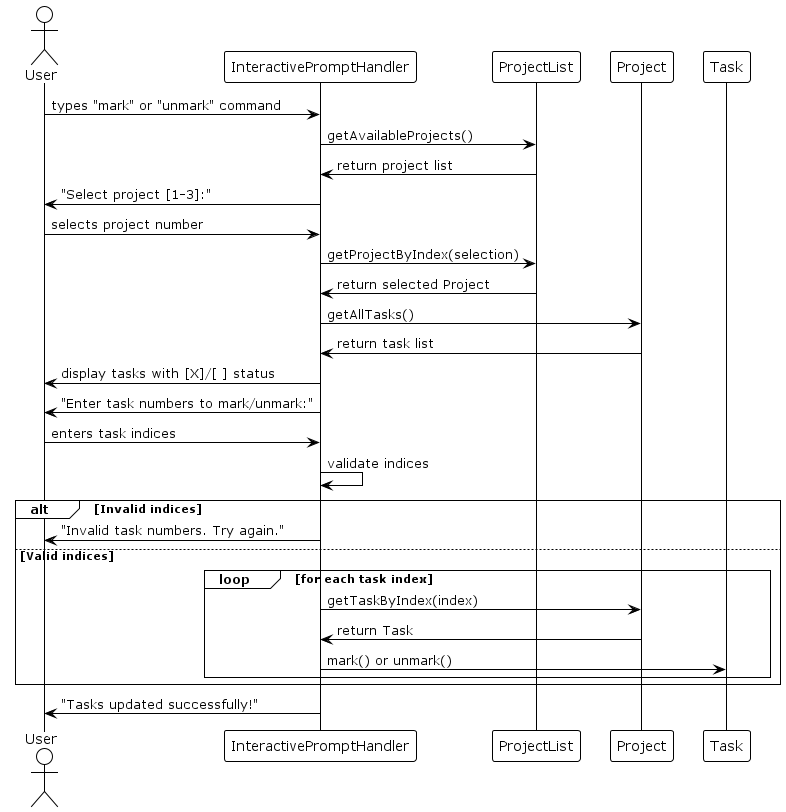
Before: docs/plantUML/mark-unmark-sequence/Unmark Command Sequence Diagram.png, a diagram exported from PlantUML (sean6369/tp).
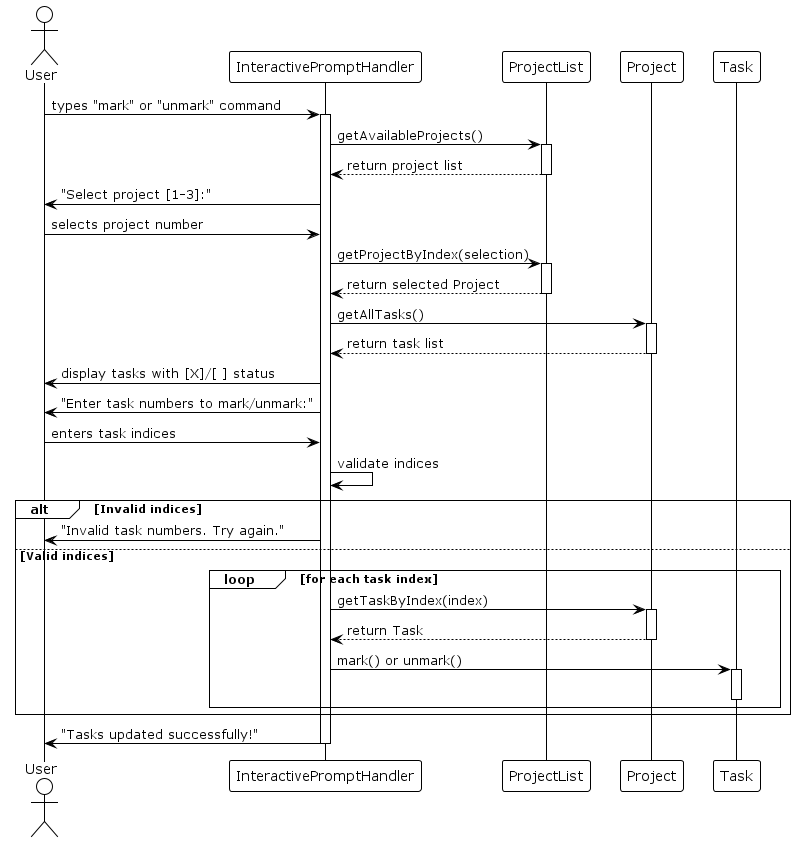
The same diagram one commit later.

Commit message:
Update all sequence diagrams to follow proper UML standards

The edit, as a diff of the source:
```diff
@@ -10,16 +10,23 @@
 participant Task
 
 User -> InteractivePromptHandler: types "mark" or "unmark" command
+activate InteractivePromptHandler
 InteractivePromptHandler -> ProjectList: getAvailableProjects()
-ProjectList -> InteractivePromptHandler: return project list
+activate ProjectList
+ProjectList --> InteractivePromptHandler: return project list
+deactivate ProjectList
 InteractivePromptHandler -> User: "Select project [1-3]:"
 
 User -> InteractivePromptHandler: selects project number
 InteractivePromptHandler -> ProjectList: getProjectByIndex(selection)
-ProjectList -> InteractivePromptHandler: return selected Project
+activate ProjectList
+ProjectList --> InteractivePromptHandler: return selected Project
+deactivate ProjectList
 
 InteractivePromptHandler -> Project: getAllTasks()
-Project -> InteractivePromptHandler: return task list
+activate Project
+Project --> InteractivePromptHandler: return task list
+deactivate Project
 InteractivePromptHandler -> User: display tasks with [X]/[ ] status
 
 InteractivePromptHandler -> User: "Enter task numbers to mark/unmark:"
@@ -31,11 +38,16 @@
 else Valid indices
     loop for each task index
         InteractivePromptHandler -> Project: getTaskByIndex(index)
-        Project -> InteractivePromptHandler: return Task
+        activate Project
+        Project --> InteractivePromptHandler: return Task
+        deactivate Project
         InteractivePromptHandler -> Task: mark() or unmark()
+        activate Task
+        deactivate Task
     end
 end
 
 InteractivePromptHandler -> User: "Tasks updated successfully!"
+deactivate InteractivePromptHandler
 
 @enduml
```
